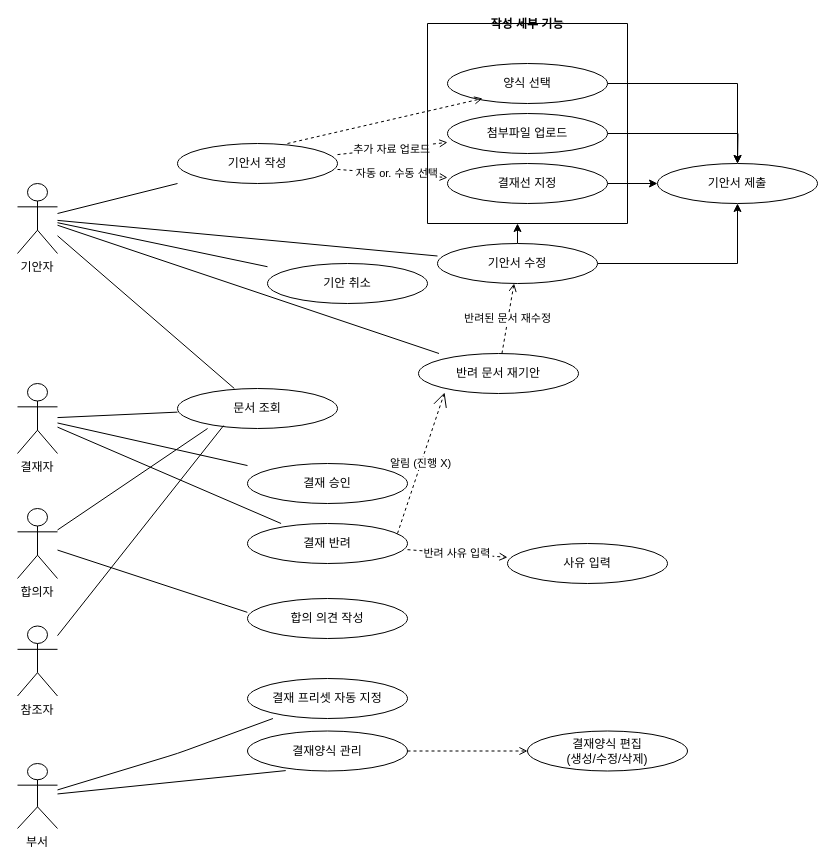
The draw.io diagram approval_useCase.drawio.xml in kikii-develope/system_architecture_design, before the edit. Source tidied: cells renumbered, new cells numbered last; positions are measured from the earlier drawing's top-left corner, leaving out a move shared by most shapes. Both pictures are drawn from the tidied source at 100%, with x=0, y=0 at pixel (17, 23).
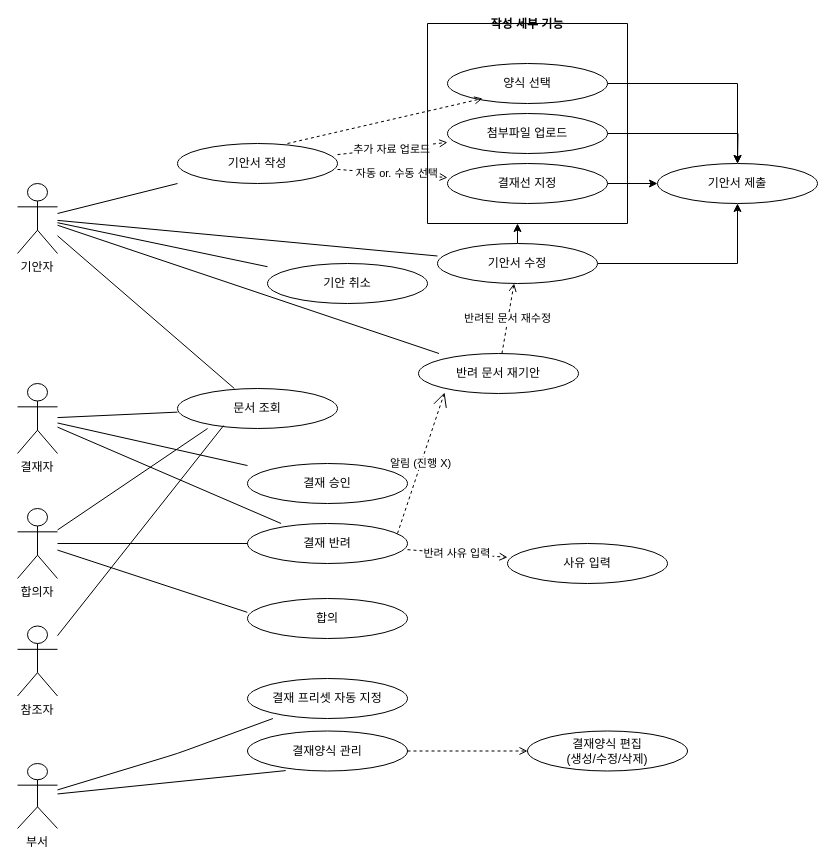
The same page after the edit.

Commit message:
합의자 결재 승인에 영향 있는 내용 업데이트

The change refers to these unchanged cells:
```xml
<mxCell id="18" value="결재 반려" style="shape=ellipse;whiteSpace=wrap;html=1;" parent="1" vertex="1">
  <mxGeometry x="230" y="500" width="160" height="40" as="geometry" />
</mxCell>
<mxCell id="43" value="합의자" style="shape=umlActor;verticalLabelPosition=bottom;verticalAlign=top;" parent="1" vertex="1">
  <mxGeometry y="485" width="40" height="70" as="geometry" />
</mxCell>
```

What changed in the source:
```diff
@@
-    <mxCell id="46" value="합의 의견 작성" style="shape=ellipse;whiteSpace=wrap;html=1;" parent="1" vertex="1">
+    <mxCell id="46" value="합의" style="shape=ellipse;whiteSpace=wrap;html=1;" parent="1" vertex="1">
       <mxGeometry x="230" y="575" width="160" height="40" as="geometry" />
     </mxCell>
@@
+    <mxCell id="49" style="endArrow=none;entryX=0;entryY=0.5;entryDx=0;entryDy=0;" parent="1" edge="1" source="43" target="18">
+      <mxGeometry relative="1" as="geometry" />
+    </mxCell>
```
